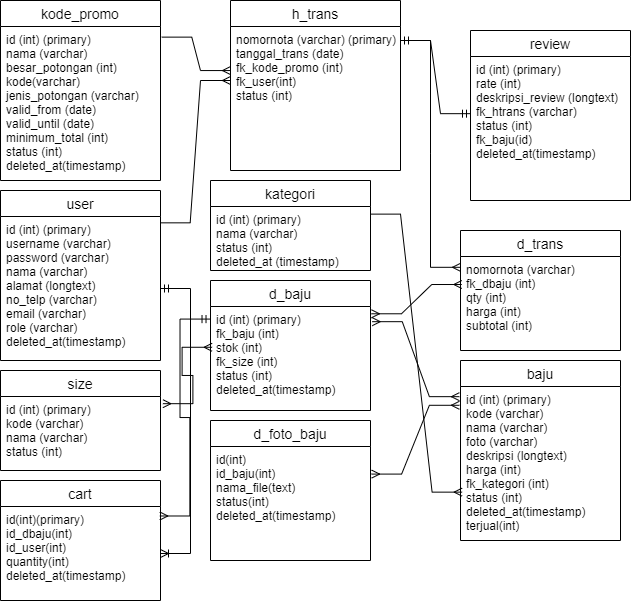
Above: public/erd_drawio_revised.png in leleleleilel/proyek_matarou (draw.io), before the change. Source tidied: cells renumbered, new cells last; positions are measured from the earlier drawing's top-left corner, leaving out a move shared by most shapes.
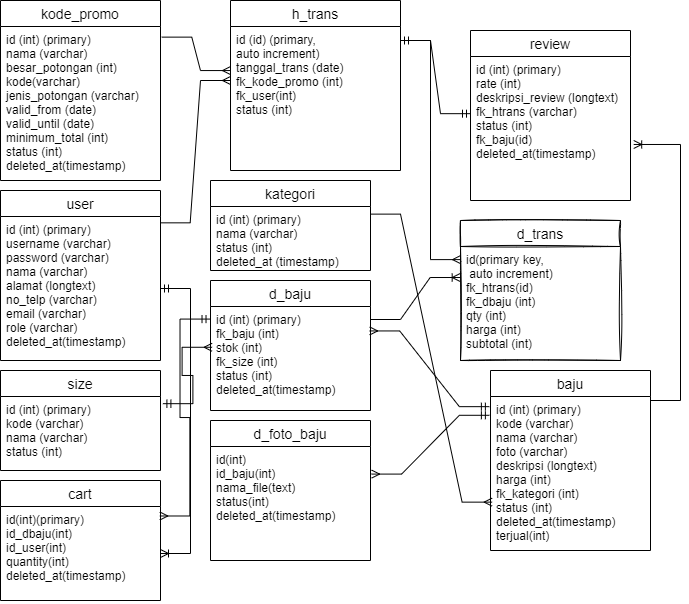
The same diagram one commit later.

Diff of the diagram source:
```diff
@@ -17,7 +17,7 @@
     <mxCell id="6" value="h_trans" style="swimlane;fontStyle=0;horizontal=1;startSize=26;align=center;fontSize=14;" parent="1" vertex="1">
       <mxGeometry x="230" width="170" height="170" as="geometry" />
     </mxCell>
-    <mxCell id="7" value="nomornota (varchar) (primary)&#10;tanggal_trans (date)&#10;fk_kode_promo (int)&#10;fk_user(int)&#10;status (int)" style="text;strokeColor=none;fillColor=none;spacingLeft=4;spacingRight=4;overflow=hidden;points=[[0,0.5],[1,0.5]];portConstraint=eastwest;fontSize=12;" parent="6" vertex="1">
+    <mxCell id="7" value="id (id) (primary, &#10;auto increment)&#10;tanggal_trans (date)&#10;fk_kode_promo (int)&#10;fk_user(int)&#10;status (int)" style="text;strokeColor=none;fillColor=none;spacingLeft=4;spacingRight=4;overflow=hidden;points=[[0,0.5],[1,0.5]];portConstraint=eastwest;fontSize=12;" parent="6" vertex="1">
       <mxGeometry y="26" width="170" height="144" as="geometry" />
     </mxCell>
     <mxCell id="8" value="kategori" style="swimlane;fontStyle=0;horizontal=1;startSize=26;align=center;fontSize=14;" parent="1" vertex="1">
@@ -27,16 +27,16 @@
       <mxGeometry y="26" width="160" height="64" as="geometry" />
     </mxCell>
     <mxCell id="10" value="baju" style="swimlane;fontStyle=0;horizontal=1;startSize=26;align=center;fontSize=14;" parent="1" vertex="1">
-      <mxGeometry x="460" y="360" width="160" height="180" as="geometry" />
+      <mxGeometry x="490" y="370" width="160" height="180" as="geometry" />
     </mxCell>
     <mxCell id="11" value="id (int) (primary)&#10;kode (varchar)&#10;nama (varchar)&#10;foto (varchar)&#10;deskripsi (longtext)&#10;harga (int)&#10;fk_kategori (int)&#10;status (int)&#10;deleted_at(timestamp)&#10;terjual(int)" style="text;strokeColor=none;fillColor=none;spacingLeft=4;spacingRight=4;overflow=hidden;points=[[0,0.5],[1,0.5]];portConstraint=eastwest;fontSize=12;" parent="10" vertex="1">
       <mxGeometry y="26" width="160" height="154" as="geometry" />
     </mxCell>
-    <mxCell id="12" value="d_trans" style="swimlane;fontStyle=0;horizontal=1;startSize=26;align=center;fontSize=14;" parent="1" vertex="1">
-      <mxGeometry x="460" y="230" width="160" height="120" as="geometry" />
+    <mxCell id="12" value="d_trans" style="swimlane;fontStyle=0;horizontal=1;startSize=26;align=center;fontSize=14;sketch=1;" parent="1" vertex="1">
+      <mxGeometry x="460" y="220" width="160" height="140" as="geometry" />
     </mxCell>
-    <mxCell id="13" value="nomornota (varchar)&#10;fk_dbaju (int)&#10;qty (int)&#10;harga (int)&#10;subtotal (int)" style="text;strokeColor=none;fillColor=none;spacingLeft=4;spacingRight=4;overflow=hidden;points=[[0,0.5],[1,0.5]];portConstraint=eastwest;fontSize=12;" parent="12" vertex="1">
-      <mxGeometry y="26" width="160" height="94" as="geometry" />
+    <mxCell id="13" value="id(primary key,&#10; auto increment)&#10;fk_htrans(id)&#10;fk_dbaju (int)&#10;qty (int)&#10;harga (int)&#10;subtotal (int)" style="text;strokeColor=none;fillColor=none;spacingLeft=4;spacingRight=4;overflow=hidden;points=[[0,0.5],[1,0.5]];portConstraint=eastwest;fontSize=12;" parent="12" vertex="1">
+      <mxGeometry y="26" width="160" height="114" as="geometry" />
     </mxCell>
     <mxCell id="14" value="size" style="swimlane;fontStyle=0;horizontal=1;startSize=26;align=center;fontSize=14;" parent="1" vertex="1">
       <mxGeometry y="370" width="160" height="100" as="geometry" />
@@ -77,22 +77,19 @@
     <mxCell id="24" value="id (int) (primary)&#10;fk_baju (int)&#10;stok (int)&#10;fk_size (int)&#10;status (int)&#10;deleted_at(timestamp)" style="text;strokeColor=none;fillColor=none;spacingLeft=4;spacingRight=4;overflow=hidden;points=[[0,0.5],[1,0.5]];portConstraint=eastwest;fontSize=12;" parent="23" vertex="1">
       <mxGeometry y="26" width="160" height="104" as="geometry" />
     </mxCell>
-    <mxCell id="25" style="edgeStyle=entityRelationEdgeStyle;fontSize=12;html=1;endArrow=ERmany;startArrow=ERmany;rounded=0;exitX=1.015;exitY=0.097;exitDx=0;exitDy=0;exitPerimeter=0;entryX=0.01;entryY=0.392;entryDx=0;entryDy=0;entryPerimeter=0;" parent="1" edge="1" source="15" target="24">
+    <mxCell id="25" style="edgeStyle=entityRelationEdgeStyle;fontSize=12;html=1;endArrow=ERmany;startArrow=ERmandOne;rounded=0;exitX=1.015;exitY=0.097;exitDx=0;exitDy=0;exitPerimeter=0;entryX=0.01;entryY=0.392;entryDx=0;entryDy=0;entryPerimeter=0;startFill=0;" parent="1" edge="1" source="15" target="24">
       <mxGeometry relative="1" as="geometry" />
     </mxCell>
-    <mxCell id="26" style="edgeStyle=entityRelationEdgeStyle;fontSize=12;html=1;endArrow=ERmany;startArrow=ERmany;rounded=0;exitX=1.011;exitY=0.146;exitDx=0;exitDy=0;exitPerimeter=0;entryX=-0.007;entryY=0.066;entryDx=0;entryDy=0;entryPerimeter=0;" parent="1" edge="1" source="24" target="11">
+    <mxCell id="26" style="edgeStyle=entityRelationEdgeStyle;fontSize=12;html=1;endArrow=ERmandOne;startArrow=ERmany;rounded=0;exitX=0.995;exitY=0.235;exitDx=0;exitDy=0;exitPerimeter=0;entryX=-0.007;entryY=0.066;entryDx=0;entryDy=0;entryPerimeter=0;endFill=0;" parent="1" edge="1" source="24" target="11">
       <mxGeometry relative="1" as="geometry" />
     </mxCell>
-    <mxCell id="27" style="edgeStyle=entityRelationEdgeStyle;fontSize=12;html=1;endArrow=ERmany;startArrow=ERmany;rounded=0;exitX=1.006;exitY=0.07;exitDx=0;exitDy=0;exitPerimeter=0;entryX=0.008;entryY=0.298;entryDx=0;entryDy=0;entryPerimeter=0;" parent="1" edge="1" source="24" target="13">
-      <mxGeometry relative="1" as="geometry" />
-    </mxCell>
     <mxCell id="28" value="d_foto_baju" style="swimlane;fontStyle=0;horizontal=1;startSize=26;align=center;fontSize=14;" parent="1" vertex="1">
       <mxGeometry x="210" y="420" width="160" height="140" as="geometry" />
     </mxCell>
     <mxCell id="29" value="id(int)&#10;id_baju(int)&#10;nama_file(text)&#10;status(int)&#10;deleted_at(timestamp)" style="text;strokeColor=none;fillColor=none;spacingLeft=4;spacingRight=4;overflow=hidden;points=[[0,0.5],[1,0.5]];portConstraint=eastwest;fontSize=12;" parent="28" vertex="1">
       <mxGeometry y="26" width="160" height="114" as="geometry" />
     </mxCell>
-    <mxCell id="30" style="edgeStyle=entityRelationEdgeStyle;fontSize=12;html=1;endArrow=ERmany;startArrow=ERmany;rounded=0;exitX=1.007;exitY=0.242;exitDx=0;exitDy=0;exitPerimeter=0;entryX=-0.007;entryY=0.122;entryDx=0;entryDy=0;entryPerimeter=0;" parent="1" edge="1" source="29" target="11">
+    <mxCell id="30" style="edgeStyle=entityRelationEdgeStyle;fontSize=12;html=1;endArrow=ERmandOne;startArrow=ERmany;rounded=0;exitX=1.007;exitY=0.242;exitDx=0;exitDy=0;exitPerimeter=0;entryX=-0.007;entryY=0.122;entryDx=0;entryDy=0;entryPerimeter=0;endFill=0;" parent="1" edge="1" source="29" target="11">
       <mxGeometry relative="1" as="geometry" />
     </mxCell>
     <mxCell id="31" value="cart" style="swimlane;fontStyle=0;horizontal=1;startSize=26;align=center;fontSize=14;" parent="1" vertex="1">
@@ -104,8 +101,18 @@
     <mxCell id="33" style="edgeStyle=entityRelationEdgeStyle;fontSize=12;html=1;endArrow=ERmany;startArrow=ERmandOne;rounded=0;exitX=-0.003;exitY=0.121;exitDx=0;exitDy=0;exitPerimeter=0;startFill=0;entryX=0.996;entryY=0.101;entryDx=0;entryDy=0;entryPerimeter=0;" parent="1" edge="1" source="24" target="32">
       <mxGeometry relative="1" as="geometry" />
     </mxCell>
-    <mxCell id="34" style="edgeStyle=entityRelationEdgeStyle;fontSize=12;html=1;endArrow=ERoneToMany;startArrow=ERmandOne;rounded=0;" parent="1" edge="1" source="5" target="32">
+    <mxCell id="34" style="edgeStyle=entityRelationEdgeStyle;fontSize=12;html=1;endArrow=ERoneToMany;startArrow=ERmandOne;rounded=0;startFill=0;" parent="1" edge="1" source="5" target="32">
       <mxGeometry relative="1" as="geometry" />
     </mxCell>
+    <mxCell id="35" style="edgeStyle=entityRelationEdgeStyle;fontSize=12;html=1;endArrow=ERoneToMany;rounded=0;entryX=-0.002;entryY=0.272;entryDx=0;entryDy=0;entryPerimeter=0;" parent="1" edge="1" target="13">
+      <mxGeometry relative="1" as="geometry">
+        <mxPoint x="370" y="319" as="sourcePoint" />
+      </mxGeometry>
+    </mxCell>
+    <mxCell id="36" style="edgeStyle=entityRelationEdgeStyle;fontSize=12;html=1;endArrow=ERoneToMany;rounded=0;entryX=1.02;entryY=0.611;entryDx=0;entryDy=0;entryPerimeter=0;" parent="1" edge="1" target="19">
+      <mxGeometry relative="1" as="geometry">
+        <mxPoint x="650" y="400" as="sourcePoint" />
+      </mxGeometry>
+    </mxCell>
   </root>
 </mxGraphModel>
```
